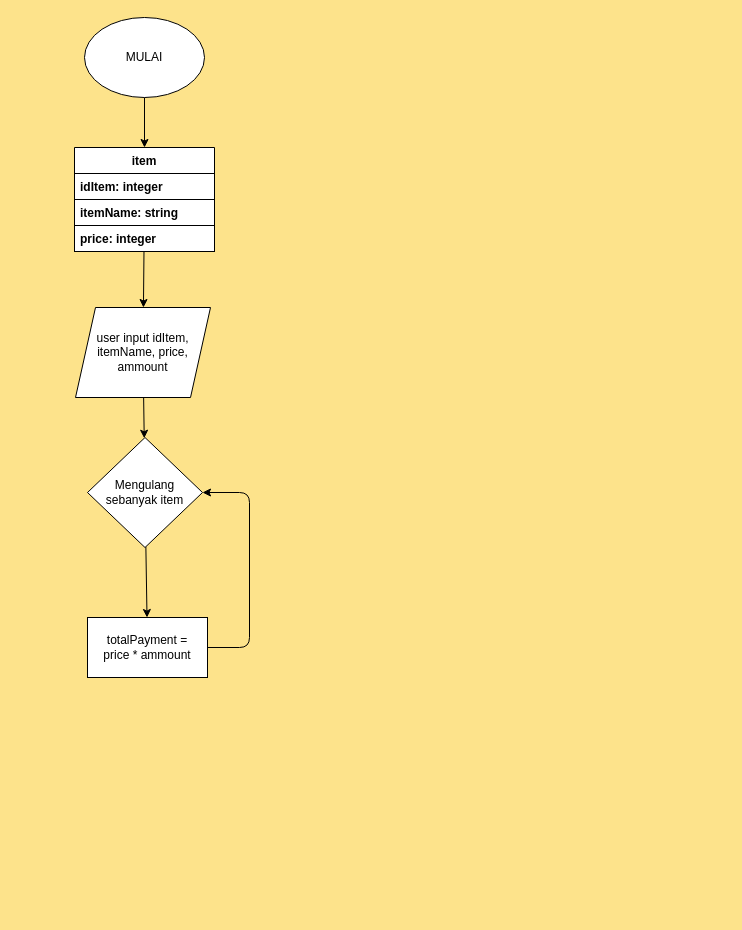
Above: flowchart.drawio in kuramocheez/khairul_insan_karim-sistem_kasir (draw.io), before the change. Source tidied: cells renumbered, new cells numbered last; positions are measured from the earlier drawing's top-left corner, leaving out a move shared by most shapes. Both pictures are drawn from the tidied source at 100%, with x=0, y=0 at pixel (74, 17).
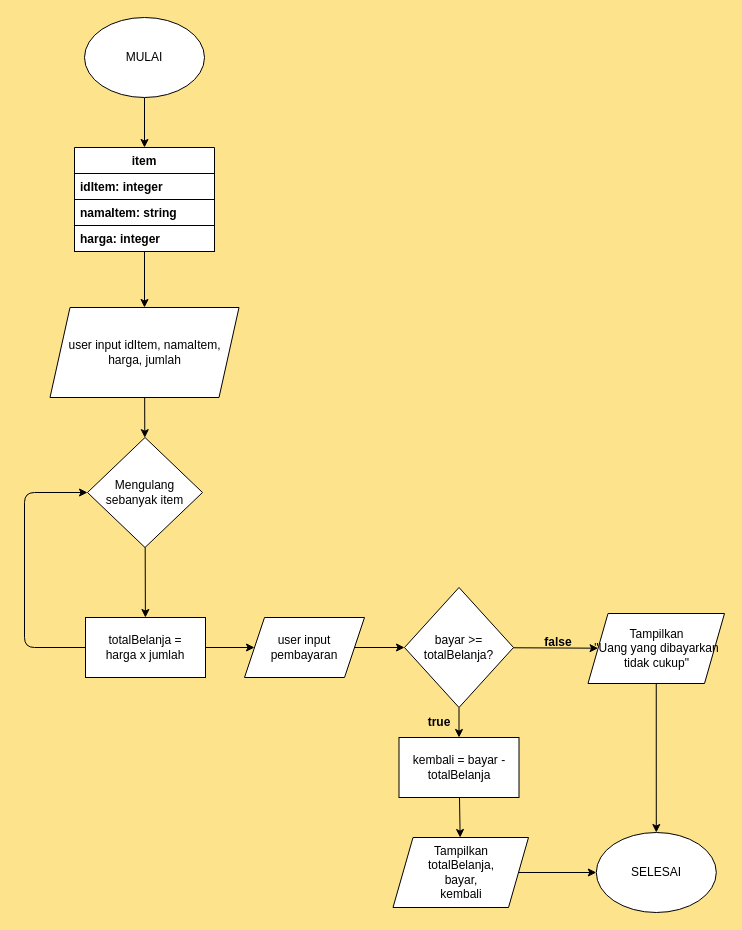
Above is the later version.

Commit message (it also covers changes not shown here):
improve text for flowchart

The change refers to these unchanged cells:
```xml
<mxCell id="5" value="item" style="swimlane;fontStyle=1;horizontal=1;startSize=26;fillColor=default;strokeColor=#000000;fontColor=#000000;" parent="1" vertex="1">
  <mxGeometry y="130" width="140" height="104" as="geometry" />
</mxCell>
<mxCell id="12" value="Mengulang sebanyak item" style="rhombus;whiteSpace=wrap;html=1;" parent="1" vertex="1">
  <mxGeometry x="13" y="420" width="115" height="110" as="geometry" />
</mxCell>
```

Diff of the diagram source:
```diff
@@
-    <mxCell id="7" value="itemName: string" style="text;strokeColor=#000000;fillColor=default;align=left;verticalAlign=top;spacingLeft=4;spacingRight=4;overflow=hidden;fontColor=#000000;fontStyle=1;" parent="5" vertex="1">
+    <mxCell id="7" value="namaItem: string" style="text;strokeColor=#000000;fillColor=default;align=left;verticalAlign=top;spacingLeft=4;spacingRight=4;overflow=hidden;fontColor=#000000;fontStyle=1;" parent="5" vertex="1">
       <mxGeometry y="52" width="140" height="26" as="geometry" />
     </mxCell>
-    <mxCell id="8" value="price: integer" style="text;strokeColor=#000000;fillColor=default;align=left;verticalAlign=top;spacingLeft=4;spacingRight=4;overflow=hidden;fontColor=#000000;fontStyle=1;" parent="5" vertex="1">
+    <mxCell id="8" value="harga: integer" style="text;strokeColor=#000000;fillColor=default;align=left;verticalAlign=top;spacingLeft=4;spacingRight=4;overflow=hidden;fontColor=#000000;fontStyle=1;" parent="5" vertex="1">
       <mxGeometry y="78" width="140" height="26" as="geometry" />
     </mxCell>
@@
-    <mxCell id="10" value="user input idItem, itemName, price, ammount" style="shape=parallelogram;perimeter=parallelogramPerimeter;whiteSpace=wrap;html=1;fixedSize=1;" parent="1" vertex="1">
-      <mxGeometry x="1" y="290" width="135" height="90" as="geometry" />
+    <mxCell id="10" value="user input idItem, namaItem, harga, jumlah" style="shape=parallelogram;perimeter=parallelogramPerimeter;whiteSpace=wrap;html=1;fixedSize=1;" parent="1" vertex="1">
+      <mxGeometry x="-24.5" y="290" width="189" height="90" as="geometry" />
     </mxCell>
@@
-    <mxCell id="13" style="edgeStyle=none;html=1;entryX=1;entryY=0.5;entryDx=0;entryDy=0;exitX=1;exitY=0.5;exitDx=0;exitDy=0;fontColor=#000000;strokeColor=#000000;" parent="1" edge="1" source="14" target="12">
+    <mxCell id="13" style="edgeStyle=none;html=1;entryX=0;entryY=0.5;entryDx=0;entryDy=0;exitX=0;exitY=0.5;exitDx=0;exitDy=0;fontColor=#000000;strokeColor=#000000;" parent="1" edge="1" source="14" target="12">
       <mxGeometry relative="1" as="geometry">
         <Array as="points">
-          <mxPoint x="175" y="630" />
-          <mxPoint x="175" y="475" />
+          <mxPoint x="-50" y="630" />
+          <mxPoint x="-50" y="475" />
         </Array>
       </mxGeometry>
     </mxCell>
+    <mxCell id="15" style="edgeStyle=none;html=1;fontColor=#000000;strokeColor=#000000;" parent="1" edge="1" source="14" target="17">
+      <mxGeometry relative="1" as="geometry" />
+    </mxCell>
-    <mxCell id="14" value="totalPayment =&lt;br&gt;price * ammount" style="rounded=0;whiteSpace=wrap;html=1;" parent="1" vertex="1">
-      <mxGeometry x="13" y="600" width="120" height="60" as="geometry" />
+    <mxCell id="14" value="totalBelanja =&lt;br&gt;harga x jumlah" style="rounded=0;whiteSpace=wrap;html=1;" parent="1" vertex="1">
+      <mxGeometry x="11" y="600" width="120" height="60" as="geometry" />
     </mxCell>
+    <mxCell id="16" style="edgeStyle=none;html=1;fontColor=#000000;strokeColor=#000000;" parent="1" edge="1" source="17" target="20">
+      <mxGeometry relative="1" as="geometry" />
+    </mxCell>
+    <mxCell id="17" value="user input pembayaran" style="shape=parallelogram;perimeter=parallelogramPerimeter;whiteSpace=wrap;html=1;fixedSize=1;rounded=0;" parent="1" vertex="1">
+      <mxGeometry x="170" y="600" width="120" height="60" as="geometry" />
+    </mxCell>
+    <mxCell id="18" style="edgeStyle=none;html=1;fontColor=#000000;strokeColor=#000000;" parent="1" edge="1" source="20" target="22">
+      <mxGeometry relative="1" as="geometry" />
+    </mxCell>
+    <mxCell id="19" style="edgeStyle=none;html=1;fontColor=#000000;strokeColor=#000000;" parent="1" edge="1" source="20" target="24">
+      <mxGeometry relative="1" as="geometry" />
+    </mxCell>
+    <mxCell id="20" value="bayar &amp;gt;= totalBelanja?" style="rhombus;whiteSpace=wrap;html=1;rounded=0;" parent="1" vertex="1">
+      <mxGeometry x="330" y="570" width="109" height="120" as="geometry" />
+    </mxCell>
+    <mxCell id="21" style="edgeStyle=none;html=1;exitX=0.5;exitY=1;exitDx=0;exitDy=0;entryX=0.5;entryY=0;entryDx=0;entryDy=0;fontColor=#FFFFFF;strokeColor=#000000;" parent="1" edge="1" source="22" target="27">
+      <mxGeometry relative="1" as="geometry" />
+    </mxCell>
+    <mxCell id="22" value="Tampilkan&lt;br&gt;&quot;Uang yang dibayarkan tidak cukup&quot;" style="shape=parallelogram;perimeter=parallelogramPerimeter;whiteSpace=wrap;html=1;fixedSize=1;rounded=0;" parent="1" vertex="1">
+      <mxGeometry x="513.5" y="596" width="136.5" height="70" as="geometry" />
+    </mxCell>
+    <mxCell id="23" style="edgeStyle=none;html=1;fontColor=#000000;strokeColor=#000000;" parent="1" edge="1" source="24" target="26">
+      <mxGeometry relative="1" as="geometry" />
+    </mxCell>
+    <mxCell id="24" value="kembali = bayar - totalBelanja" style="whiteSpace=wrap;html=1;rounded=0;" parent="1" vertex="1">
+      <mxGeometry x="324.5" y="720" width="120" height="60" as="geometry" />
+    </mxCell>
+    <mxCell id="25" style="edgeStyle=none;html=1;exitX=1;exitY=0.5;exitDx=0;exitDy=0;entryX=0;entryY=0.5;entryDx=0;entryDy=0;fontColor=#FFFFFF;strokeColor=#000000;" parent="1" edge="1" source="26" target="27">
+      <mxGeometry relative="1" as="geometry" />
+    </mxCell>
+    <mxCell id="26" value="Tampilkan&lt;br&gt;totalBelanja,&lt;br&gt;bayar,&lt;br&gt;kembali" style="shape=parallelogram;perimeter=parallelogramPerimeter;whiteSpace=wrap;html=1;fixedSize=1;rounded=0;" parent="1" vertex="1">
+      <mxGeometry x="318.5" y="820" width="135.5" height="70" as="geometry" />
+    </mxCell>
+    <mxCell id="27" value="&lt;font color=&quot;#000000&quot;&gt;SELESAI&lt;/font&gt;" style="ellipse;whiteSpace=wrap;html=1;fontColor=#FFFFFF;" parent="1" vertex="1">
+      <mxGeometry x="521.8" y="815" width="120" height="80" as="geometry" />
+    </mxCell>
+    <mxCell id="28" value="&lt;font color=&quot;#000000&quot;&gt;&lt;b&gt;false&lt;/b&gt;&lt;/font&gt;" style="text;html=1;strokeColor=none;fillColor=none;align=center;verticalAlign=middle;whiteSpace=wrap;rounded=0;fontColor=#FFFFFF;" parent="1" vertex="1">
+      <mxGeometry x="454" y="610" width="60" height="30" as="geometry" />
+    </mxCell>
+    <mxCell id="29" value="&lt;b&gt;true&lt;/b&gt;" style="text;html=1;strokeColor=none;fillColor=none;align=center;verticalAlign=middle;whiteSpace=wrap;rounded=0;fontColor=#000000;" parent="1" vertex="1">
+      <mxGeometry x="335" y="690" width="60" height="30" as="geometry" />
+    </mxCell>
```
